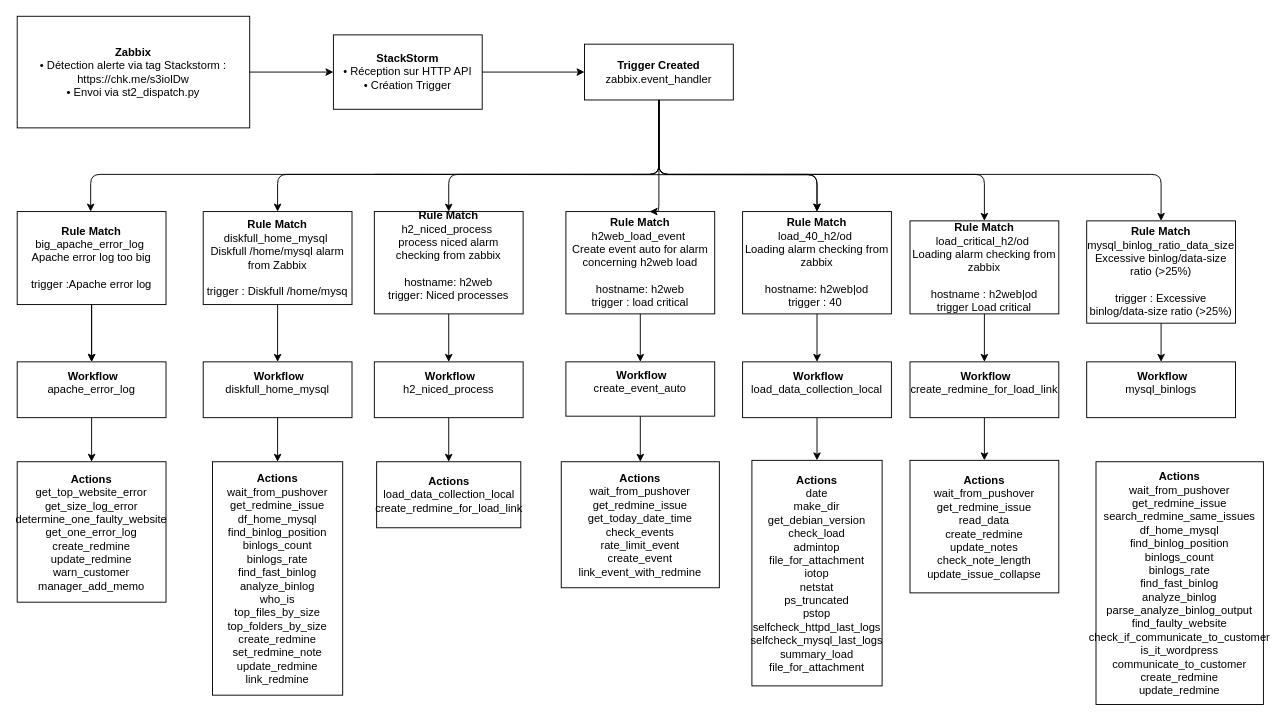
Earlier version of the draw.io diagram h2-stackstormdraw.drawio (jonathan-bernardini/draw). Source tidied: cells renumbered, new cells numbered last; positions are measured from the earlier drawing's top-left corner, leaving out a move shared by most shapes. Both pictures are drawn from the tidied source at 93%, with x=0, y=0 at pixel (17, 16).
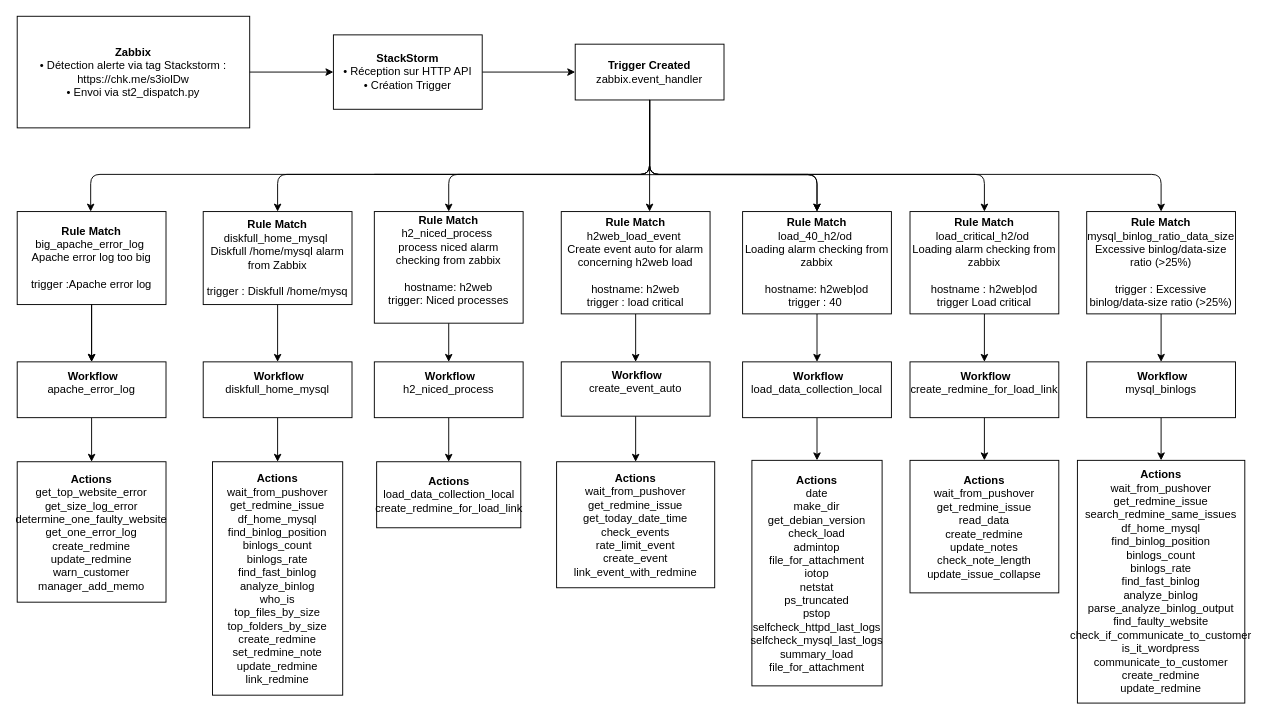
The same page after the edit.

Commit message:
Mettre à jour h2-stackstormdraw.drawio

Unchanged cells that the change refers to:
```xml
<mxCell id="14" value="&lt;b&gt;Rule Match&lt;/b&gt;&lt;br&gt;diskfull_home_mysql&amp;nbsp; &lt;br&gt;Diskfull /home/mysql alarm from Zabbix&lt;br&gt;&lt;br&gt;trigger : Diskfull /home/mysq" style="rounded=0;whiteSpace=wrap;html=1;" parent="1" vertex="1">
  <mxGeometry x="200" y="210" width="160" height="100" as="geometry" />
</mxCell>
<mxCell id="20" value="&lt;b&gt;Rule Match&lt;/b&gt;&lt;br&gt;load_40_h2/od&amp;nbsp; &lt;br&gt;Loading alarm checking from zabbix&lt;div&gt;&lt;br&gt;hostname: h2web|od&lt;br&gt;trigger : 40&amp;nbsp;&lt;/div&gt;" style="rounded=0;whiteSpace=wrap;html=1;" parent="1" vertex="1">
  <mxGeometry x="780" y="210" width="160" height="110" as="geometry" />
</mxCell>
<mxCell id="40" value="&lt;b&gt;&amp;nbsp;Workflow&lt;/b&gt;&lt;br&gt;&lt;div&gt;mysql_binlogs&lt;br&gt;&lt;br&gt;&lt;/div&gt;" style="rounded=0;whiteSpace=wrap;html=1;" parent="1" vertex="1">
  <mxGeometry x="1150" y="371.6" width="160" height="60" as="geometry" />
</mxCell>
```

The edit, as a diff of the source:
```diff
@@
     <mxCell id="6" value="&lt;b&gt;Trigger Created&lt;/b&gt;&lt;br&gt;zabbix.event_handler" style="rounded=0;whiteSpace=wrap;html=1;" parent="1" vertex="1">
-      <mxGeometry x="610" y="30" width="160" height="60" as="geometry" />
+      <mxGeometry x="600" y="30" width="160" height="60" as="geometry" />
     </mxCell>
     <mxCell id="7" style="endArrow=classic;html=1;exitX=0.5;exitY=1;entryX=0.5;entryY=0;edgeStyle=orthogonalEdgeStyle;exitDx=0;exitDy=0;" parent="1" edge="1" source="6">
       <mxGeometry relative="1" as="geometry">
         <mxPoint x="79" y="210" as="targetPoint" />
         <Array as="points">
-          <mxPoint x="690" y="170" />
+          <mxPoint x="680" y="170" />
           <mxPoint x="79" y="170" />
         </Array>
       </mxGeometry>
     </mxCell>
@@
     <mxCell id="16" value="&lt;b&gt;Rule Match&lt;/b&gt;&lt;br&gt;h2_niced_process&amp;nbsp; &lt;br&gt;process niced alarm checking from zabbix&lt;br&gt;&lt;br&gt;hostname: h2web&lt;br&gt;trigger: Niced processes&lt;div&gt;&lt;br&gt;&lt;/div&gt;" style="rounded=0;whiteSpace=wrap;html=1;" parent="1" vertex="1">
-      <mxGeometry x="384" y="210" width="160" height="110" as="geometry" />
+      <mxGeometry x="384" y="210" width="160" height="120" as="geometry" />
     </mxCell>
@@
     <mxCell id="18" value="&lt;b&gt;Rule Match&lt;/b&gt;&lt;br&gt;h2web_load_event&amp;nbsp; &lt;br&gt;Create event auto for alarm concerning h2web load&lt;br&gt;&lt;br&gt;hostname: h2web&lt;br&gt;trigger : load critical" style="rounded=0;whiteSpace=wrap;html=1;" parent="1" vertex="1">
-      <mxGeometry x="590" y="210" width="160" height="110" as="geometry" />
+      <mxGeometry x="585" y="210" width="160" height="110" as="geometry" />
     </mxCell>
@@
     <mxCell id="21" style="endArrow=classic;html=1;exitX=0.5;exitY=1;entryX=0.5;entryY=0;entryDx=0;entryDy=0;edgeStyle=orthogonalEdgeStyle;" parent="1" edge="1" source="6" target="16">
       <mxGeometry relative="1" as="geometry">
         <Array as="points">
-          <mxPoint x="690" y="170" />
+          <mxPoint x="680" y="170" />
           <mxPoint x="464" y="170" />
         </Array>
       </mxGeometry>
     </mxCell>
@@
     <mxCell id="24" value="&lt;b&gt;Rule Match&lt;/b&gt;&lt;br&gt;mysql_binlog_ratio_data_size&lt;br&gt;Excessive binlog/data-size ratio (&amp;gt;25%)&lt;br&gt;&lt;br&gt;trigger :&amp;nbsp;Excessive binlog/data-size ratio (&amp;gt;25%)" style="rounded=0;whiteSpace=wrap;html=1;" parent="1" vertex="1">
-      <mxGeometry x="1150" y="220" width="160" height="110" as="geometry" />
+      <mxGeometry x="1150" y="210" width="160" height="110" as="geometry" />
     </mxCell>
@@
     <mxCell id="26" value="&lt;b&gt;Rule Match&lt;/b&gt;&lt;br&gt;load_critical_h2/od&amp;nbsp; &lt;br&gt;Loading alarm checking from zabbix&lt;br&gt;&lt;br&gt;hostname : h2web|od&lt;br&gt;trigger&amp;nbsp;Load critical" style="rounded=0;whiteSpace=wrap;html=1;" parent="1" vertex="1">
-      <mxGeometry x="960" y="220" width="160" height="100" as="geometry" />
+      <mxGeometry x="960" y="210" width="160" height="110" as="geometry" />
     </mxCell>
     <mxCell id="27" style="endArrow=classic;html=1;exitX=0.5;exitY=1;edgeStyle=orthogonalEdgeStyle;entryX=0.5;entryY=0;entryDx=0;entryDy=0;exitDx=0;exitDy=0;" parent="1" edge="1" source="6" target="26">
       <mxGeometry relative="1" as="geometry">
         <Array as="points">
-          <mxPoint x="690" y="170" />
+          <mxPoint x="680" y="170" />
           <mxPoint x="1040" y="170" />
         </Array>
       </mxGeometry>
     </mxCell>
     <mxCell id="28" style="endArrow=classic;html=1;exitX=0.5;exitY=1;edgeStyle=orthogonalEdgeStyle;entryX=0.5;entryY=0;entryDx=0;entryDy=0;exitDx=0;exitDy=0;" parent="1" edge="1" source="6" target="24">
       <mxGeometry relative="1" as="geometry">
         <Array as="points">
-          <mxPoint x="690" y="170" />
+          <mxPoint x="680" y="90" />
+          <mxPoint x="680" y="170" />
           <mxPoint x="1230" y="170" />
         </Array>
       </mxGeometry>
     </mxCell>
@@
     <mxCell id="35" value="&lt;b&gt;&amp;nbsp;Workflow&lt;/b&gt;&lt;br&gt;&lt;div&gt;create_event_auto&lt;br&gt;&lt;br&gt;&lt;/div&gt;" style="rounded=0;whiteSpace=wrap;html=1;" parent="1" vertex="1">
-      <mxGeometry x="590" y="371.6" width="160" height="58.4" as="geometry" />
+      <mxGeometry x="585" y="371.6" width="160" height="58.4" as="geometry" />
     </mxCell>
@@
+    <mxCell id="50" style="edgeStyle=orthogonalEdgeStyle;rounded=0;jettySize=auto;html=1;" parent="1" edge="1" source="40" target="46">
+      <mxGeometry relative="1" as="geometry" />
+    </mxCell>
@@
     <mxCell id="43" value="&lt;b&gt;Actions&lt;/b&gt;&lt;br&gt;&lt;div&gt;&lt;span style=&quot;background-color: transparent; color: light-dark(rgb(0, 0, 0), rgb(255, 255, 255));&quot;&gt;wait_from_pushover&lt;/span&gt;&lt;br&gt;&lt;span style=&quot;background-color: transparent; color: light-dark(rgb(0, 0, 0), rgb(255, 255, 255));&quot;&gt;get_redmine_issue&lt;/span&gt;&lt;br&gt;&lt;span style=&quot;background-color: transparent; color: light-dark(rgb(0, 0, 0), rgb(255, 255, 255));&quot;&gt;get_today_date_time&lt;/span&gt;&lt;br&gt;&lt;span style=&quot;background-color: transparent; color: light-dark(rgb(0, 0, 0), rgb(255, 255, 255));&quot;&gt;check_events&lt;/span&gt;&lt;br&gt;&lt;span style=&quot;background-color: transparent; color: light-dark(rgb(0, 0, 0), rgb(255, 255, 255));&quot;&gt;rate_limit_event&lt;/span&gt;&lt;br&gt;&lt;span style=&quot;background-color: transparent; color: light-dark(rgb(0, 0, 0), rgb(255, 255, 255));&quot;&gt;create_event&lt;/span&gt;&lt;br&gt;&lt;span style=&quot;background-color: transparent; color: light-dark(rgb(0, 0, 0), rgb(255, 255, 255));&quot;&gt;link_event_with_redmine&lt;/span&gt;&lt;/div&gt;" style="rounded=0;whiteSpace=wrap;html=1;" parent="1" vertex="1">
-      <mxGeometry x="585" y="479" width="170" height="135.5" as="geometry" />
+      <mxGeometry x="580" y="479" width="170" height="135.5" as="geometry" />
     </mxCell>
@@
     <mxCell id="46" value="&lt;b&gt;Actions&lt;/b&gt;&lt;br&gt;&lt;div&gt;&lt;div&gt;wait_from_pushover&lt;/div&gt;&lt;div&gt;get_redmine_issue&lt;/div&gt;&lt;div&gt;search_redmine_same_issues&lt;/div&gt;&lt;div&gt;df_home_mysql&lt;/div&gt;&lt;div&gt;find_binlog_position&lt;/div&gt;&lt;div&gt;binlogs_count&lt;/div&gt;&lt;div&gt;binlogs_rate&lt;/div&gt;&lt;div&gt;find_fast_binlog&lt;/div&gt;&lt;div&gt;analyze_binlog&lt;/div&gt;&lt;div&gt;parse_analyze_binlog_output&lt;/div&gt;&lt;div&gt;find_faulty_website&lt;/div&gt;&lt;div&gt;check_if_communicate_to_customer&lt;/div&gt;&lt;div&gt;is_it_wordpress&lt;/div&gt;&lt;div&gt;communicate_to_customer&lt;/div&gt;&lt;div&gt;create_redmine&lt;/div&gt;&lt;div&gt;update_redmine&lt;/div&gt;&lt;/div&gt;" style="rounded=0;whiteSpace=wrap;html=1;" parent="1" vertex="1">
-      <mxGeometry x="1160" y="479" width="180" height="261" as="geometry" />
+      <mxGeometry x="1140" y="477.5" width="180" height="261" as="geometry" />
     </mxCell>
     <mxCell id="47" style="endArrow=classic;html=1;exitX=0.5;exitY=1;edgeStyle=orthogonalEdgeStyle;entryX=0.5;entryY=0;entryDx=0;entryDy=0;" parent="1" edge="1" source="6" target="14">
       <mxGeometry relative="1" as="geometry">
         <Array as="points">
-          <mxPoint x="690" y="170" />
+          <mxPoint x="680" y="90" />
+          <mxPoint x="680" y="170" />
           <mxPoint x="280" y="170" />
         </Array>
       </mxGeometry>
     </mxCell>
-    <mxCell id="48" style="endArrow=classic;html=1;exitX=0.5;exitY=1;edgeStyle=orthogonalEdgeStyle;" parent="1" edge="1" source="6">
+    <mxCell id="48" style="endArrow=classic;html=1;exitX=0.5;exitY=1;edgeStyle=orthogonalEdgeStyle;" parent="1" edge="1" source="6" target="18">
       <mxGeometry relative="1" as="geometry">
-        <mxPoint x="680" y="210" as="targetPoint" />
         <Array as="points">
-          <mxPoint x="690" y="210" />
+          <mxPoint x="680" y="90" />
         </Array>
       </mxGeometry>
     </mxCell>
     <mxCell id="49" style="endArrow=classic;html=1;exitX=0.5;exitY=1;edgeStyle=orthogonalEdgeStyle;entryX=0.5;entryY=0;entryDx=0;entryDy=0;exitDx=0;exitDy=0;" parent="1" edge="1" source="6" target="20">
       <mxGeometry relative="1" as="geometry">
         <Array as="points">
-          <mxPoint x="690" y="170" />
+          <mxPoint x="680" y="90" />
+          <mxPoint x="680" y="170" />
           <mxPoint x="860" y="170" />
         </Array>
       </mxGeometry>
     </mxCell>
```
